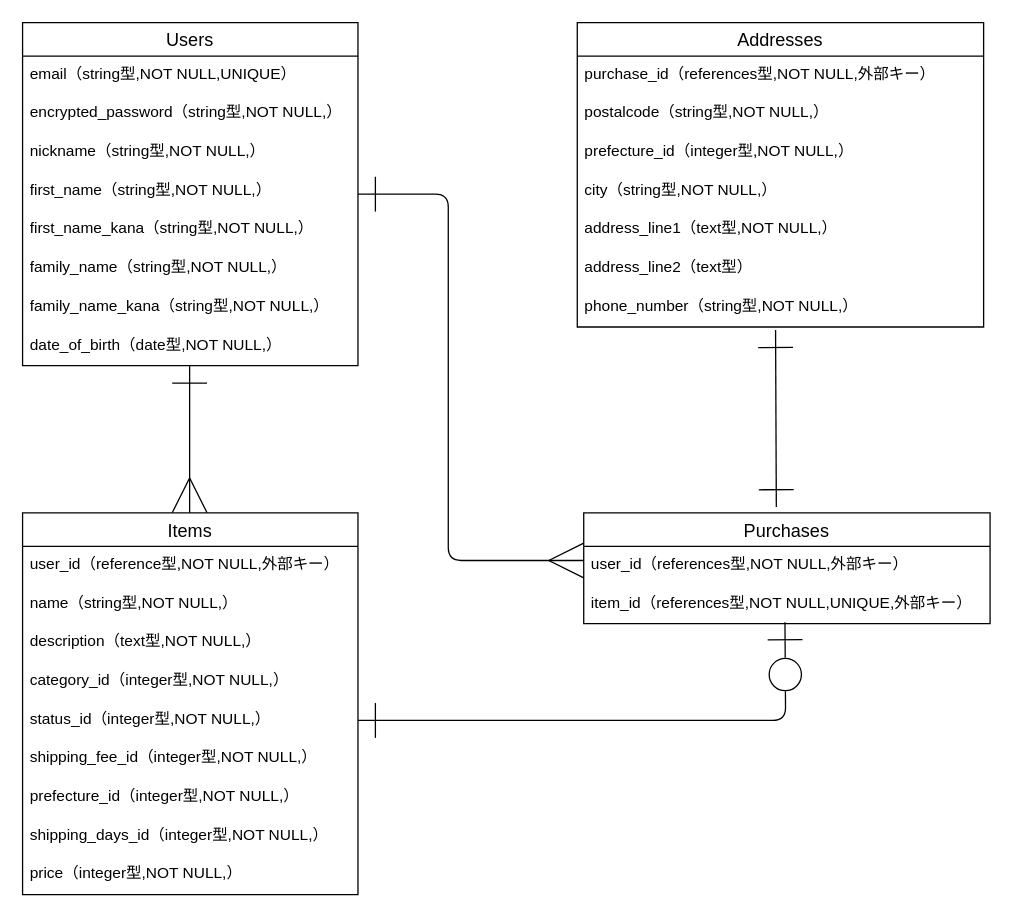
The draw.io diagram er.dio in moguru88/furima-48377, before the edit. Source tidied: cells renumbered, new cells numbered last; positions are measured from the earlier drawing's top-left corner, leaving out a move shared by most shapes. Both pictures are drawn from the tidied source at 129%, with x=0, y=0 at pixel (22, 22).
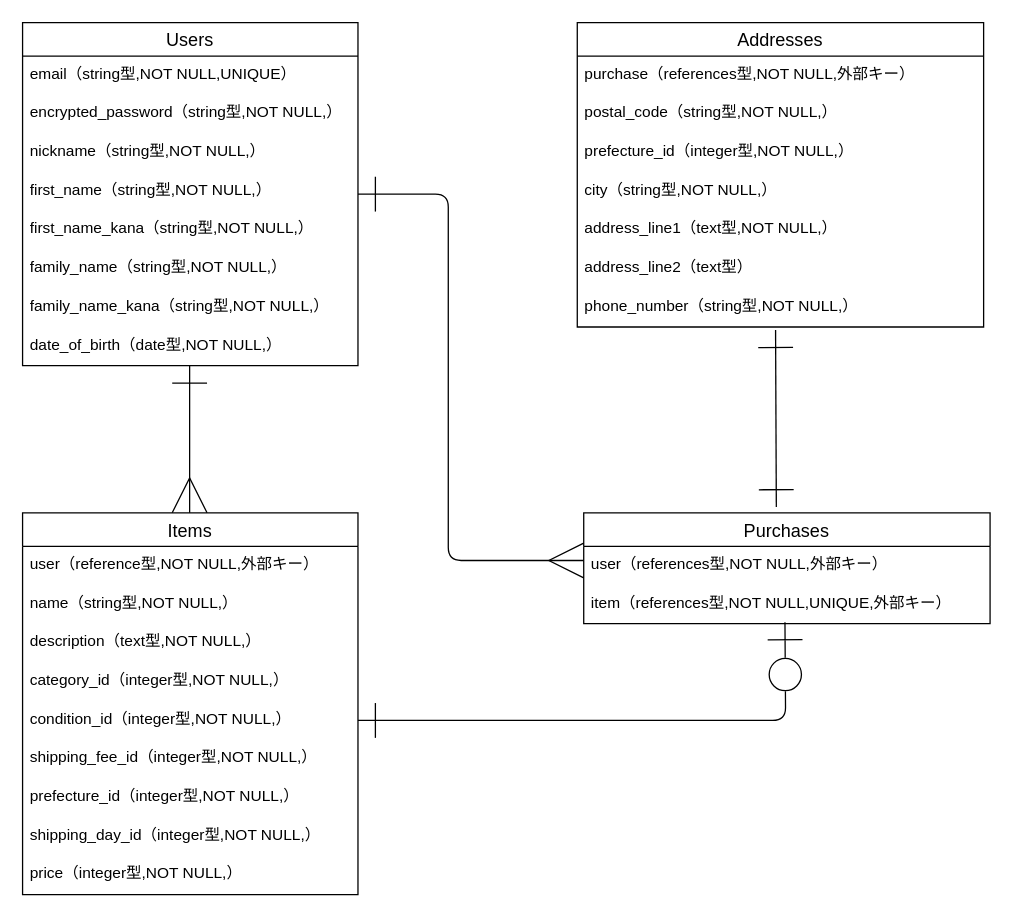
The same diagram, later.

Commit message (it also covers changes not shown here):
READMEとER図の修正

The change refers to these unchanged cells:
```xml
<mxCell id="11" value="Items" style="swimlane;fontStyle=0;horizontal=1;startSize=26;align=center;fontSize=14;" parent="1" vertex="1">
  <mxGeometry y="380" width="260" height="296" as="geometry" />
</mxCell>
<mxCell id="21" value="Purchases" style="swimlane;fontStyle=0;horizontal=1;startSize=26;align=center;fontSize=14;" parent="1" vertex="1">
  <mxGeometry x="435" y="380" width="315" height="86" as="geometry" />
</mxCell>
<mxCell id="24" value="Addresses" style="swimlane;fontStyle=0;horizontal=1;startSize=26;align=center;fontSize=14;" parent="1" vertex="1">
  <mxGeometry x="430" width="315" height="236" as="geometry" />
</mxCell>
```

Diff of the diagram source:
```diff
@@
-    <mxCell id="12" value="user_id&lt;span style=&quot;color: rgb(0, 0, 0);&quot;&gt;（reference型,NOT NULL,外部キー）&lt;/span&gt;" style="text;strokeColor=none;fillColor=none;spacingLeft=4;spacingRight=4;overflow=hidden;fontSize=12;whiteSpace=wrap;html=1;" parent="11" vertex="1">
+    <mxCell id="12" value="user&lt;span style=&quot;color: rgb(0, 0, 0);&quot;&gt;（reference型,NOT NULL,外部キー）&lt;/span&gt;" style="text;strokeColor=none;fillColor=none;spacingLeft=4;spacingRight=4;overflow=hidden;fontSize=12;whiteSpace=wrap;html=1;" parent="11" vertex="1">
       <mxGeometry y="26" width="260" height="30" as="geometry" />
     </mxCell>
@@
-    <mxCell id="16" value="status_id&lt;span style=&quot;color: rgb(0, 0, 0);&quot;&gt;（integer型,NOT NULL,）&lt;/span&gt;" style="text;strokeColor=none;fillColor=none;spacingLeft=4;spacingRight=4;overflow=hidden;points=[[0,0.5],[1,0.5]];portConstraint=eastwest;fontSize=12;whiteSpace=wrap;html=1;" parent="11" vertex="1">
+    <mxCell id="16" value="condition_id&lt;span style=&quot;color: rgb(0, 0, 0);&quot;&gt;（integer型,NOT NULL,）&lt;/span&gt;" style="text;strokeColor=none;fillColor=none;spacingLeft=4;spacingRight=4;overflow=hidden;points=[[0,0.5],[1,0.5]];portConstraint=eastwest;fontSize=12;whiteSpace=wrap;html=1;" parent="11" vertex="1">
       <mxGeometry y="146" width="260" height="30" as="geometry" />
     </mxCell>
@@
-    <mxCell id="19" value="shipping_days_id&lt;span style=&quot;color: rgb(0, 0, 0);&quot;&gt;（integer型,NOT NULL,）&lt;/span&gt;" style="text;strokeColor=none;fillColor=none;spacingLeft=4;spacingRight=4;overflow=hidden;fontSize=12;whiteSpace=wrap;html=1;" parent="11" vertex="1">
+    <mxCell id="19" value="shipping_day_id&lt;span style=&quot;color: rgb(0, 0, 0);&quot;&gt;（integer型,NOT NULL,）&lt;/span&gt;" style="text;strokeColor=none;fillColor=none;spacingLeft=4;spacingRight=4;overflow=hidden;fontSize=12;whiteSpace=wrap;html=1;" parent="11" vertex="1">
       <mxGeometry y="236" width="260" height="30" as="geometry" />
     </mxCell>
@@
-    <mxCell id="22" value="user_id&lt;span style=&quot;color: rgb(0, 0, 0);&quot;&gt;（references型,NOT NULL,外部キー）&lt;/span&gt;" style="text;strokeColor=none;fillColor=none;spacingLeft=4;spacingRight=4;overflow=hidden;points=[[0,0.5],[1,0.5]];portConstraint=eastwest;fontSize=12;whiteSpace=wrap;html=1;" parent="21" vertex="1">
+    <mxCell id="22" value="user&lt;span style=&quot;color: rgb(0, 0, 0);&quot;&gt;（references型,NOT NULL,外部キー）&lt;/span&gt;" style="text;strokeColor=none;fillColor=none;spacingLeft=4;spacingRight=4;overflow=hidden;points=[[0,0.5],[1,0.5]];portConstraint=eastwest;fontSize=12;whiteSpace=wrap;html=1;" parent="21" vertex="1">
       <mxGeometry y="26" width="315" height="30" as="geometry" />
     </mxCell>
-    <mxCell id="23" value="item_id&lt;span style=&quot;color: rgb(0, 0, 0);&quot;&gt;（references型,NOT NULL,&lt;span style=&quot;color: rgb(0, 0, 0);&quot;&gt;UNIQUE,&lt;/span&gt;外部キー）&lt;/span&gt;" style="text;strokeColor=none;fillColor=none;spacingLeft=4;spacingRight=4;overflow=hidden;fontSize=12;whiteSpace=wrap;html=1;" parent="21" vertex="1">
+    <mxCell id="23" value="item&lt;span style=&quot;color: rgb(0, 0, 0);&quot;&gt;（references型,NOT NULL,&lt;span style=&quot;color: rgb(0, 0, 0);&quot;&gt;UNIQUE,&lt;/span&gt;外部キー）&lt;/span&gt;" style="text;strokeColor=none;fillColor=none;spacingLeft=4;spacingRight=4;overflow=hidden;fontSize=12;whiteSpace=wrap;html=1;" parent="21" vertex="1">
       <mxGeometry y="56" width="315" height="30" as="geometry" />
     </mxCell>
@@
-    <mxCell id="25" value="purchase_id&lt;span style=&quot;color: rgb(0, 0, 0);&quot;&gt;（references型,NOT NULL,外部キー）&lt;/span&gt;" style="text;strokeColor=none;fillColor=none;spacingLeft=4;spacingRight=4;overflow=hidden;fontSize=12;whiteSpace=wrap;html=1;" parent="24" vertex="1">
+    <mxCell id="25" value="purchase&lt;span style=&quot;color: rgb(0, 0, 0);&quot;&gt;（references型,NOT NULL,外部キー）&lt;/span&gt;" style="text;strokeColor=none;fillColor=none;spacingLeft=4;spacingRight=4;overflow=hidden;fontSize=12;whiteSpace=wrap;html=1;" parent="24" vertex="1">
       <mxGeometry y="26" width="315" height="30" as="geometry" />
     </mxCell>
-    <mxCell id="26" value="postalcode&lt;span style=&quot;color: rgb(0, 0, 0);&quot;&gt;（string型,NOT NULL,）&lt;/span&gt;" style="text;strokeColor=none;fillColor=none;spacingLeft=4;spacingRight=4;overflow=hidden;fontSize=12;whiteSpace=wrap;html=1;" parent="24" vertex="1">
+    <mxCell id="26" value="postal_code&lt;span style=&quot;color: rgb(0, 0, 0);&quot;&gt;（string型,NOT NULL,）&lt;/span&gt;" style="text;strokeColor=none;fillColor=none;spacingLeft=4;spacingRight=4;overflow=hidden;fontSize=12;whiteSpace=wrap;html=1;" parent="24" vertex="1">
       <mxGeometry y="56" width="315" height="30" as="geometry" />
     </mxCell>
```
